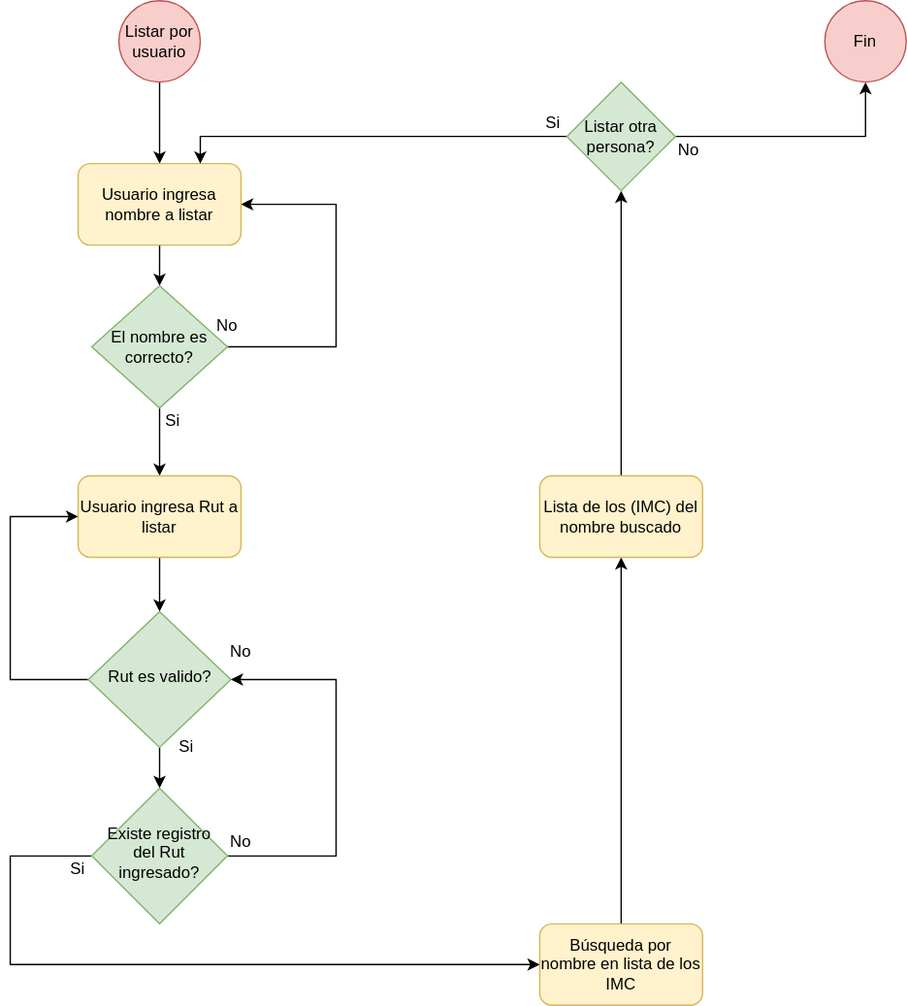
This is Diagramas/DiagFlujoListpersona.svg from MaxIbanez/Taller1P1_MI_JC, a draw.io export, as it was before one commit. Source tidied: cells renumbered, new cells last; positions are measured from the earlier drawing's top-left corner, leaving out a move shared by most shapes.
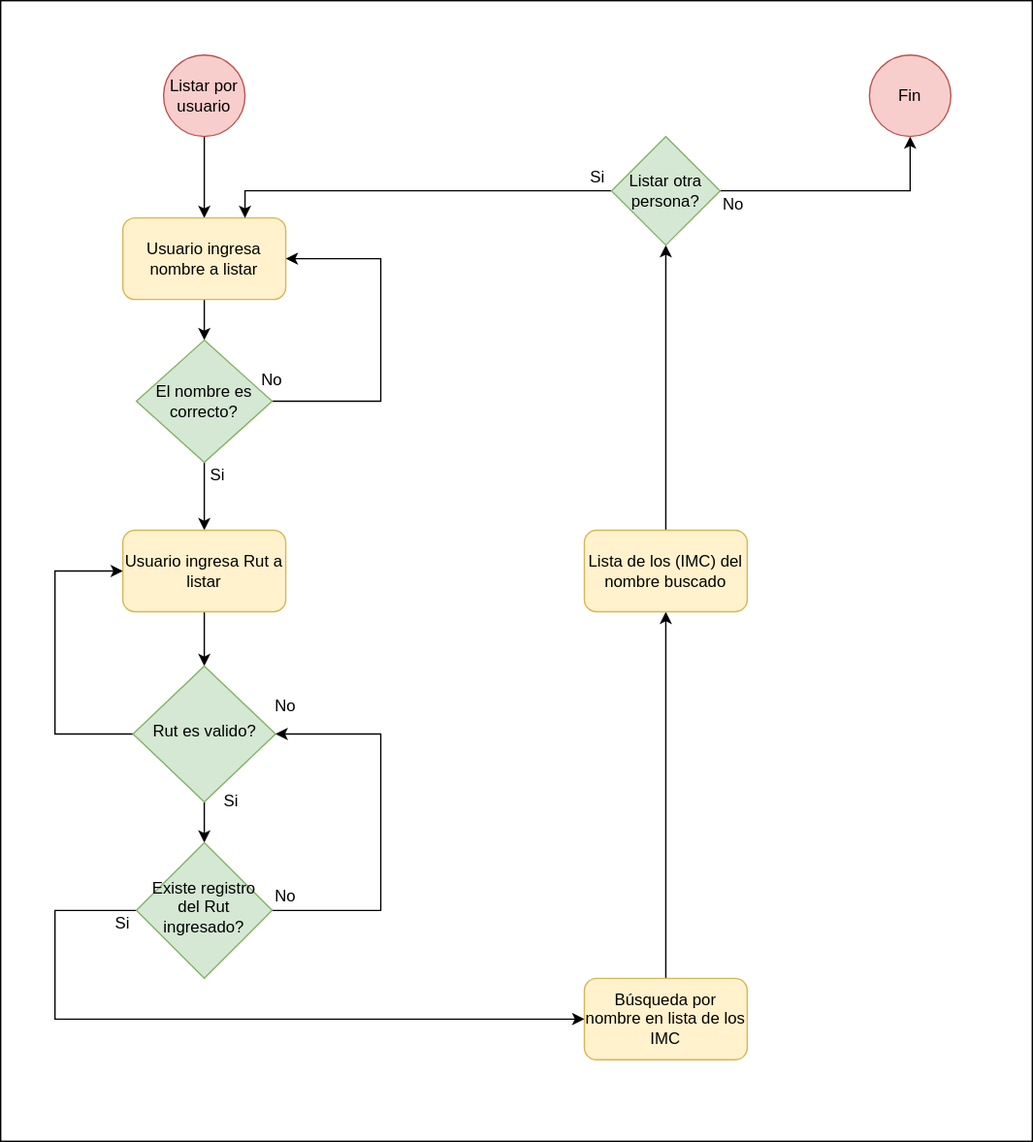
Above is the later version.

Diff of the diagram source:
```diff
@@ -115,5 +115,8 @@
     <mxCell id="32" value="Si" style="text;html=1;strokeColor=none;fillColor=none;align=center;verticalAlign=middle;whiteSpace=wrap;rounded=0;" parent="1" vertex="1">
       <mxGeometry x="110" y="540" width="40" height="20" as="geometry" />
     </mxCell>
+    <mxCell id="33" style="rounded=0;whiteSpace=wrap;html=1;fillColor=none;" parent="1" vertex="1">
+      <mxGeometry x="-40" y="-40" width="760" height="840" as="geometry" />
+    </mxCell>
   </root>
 </mxGraphModel>
```
